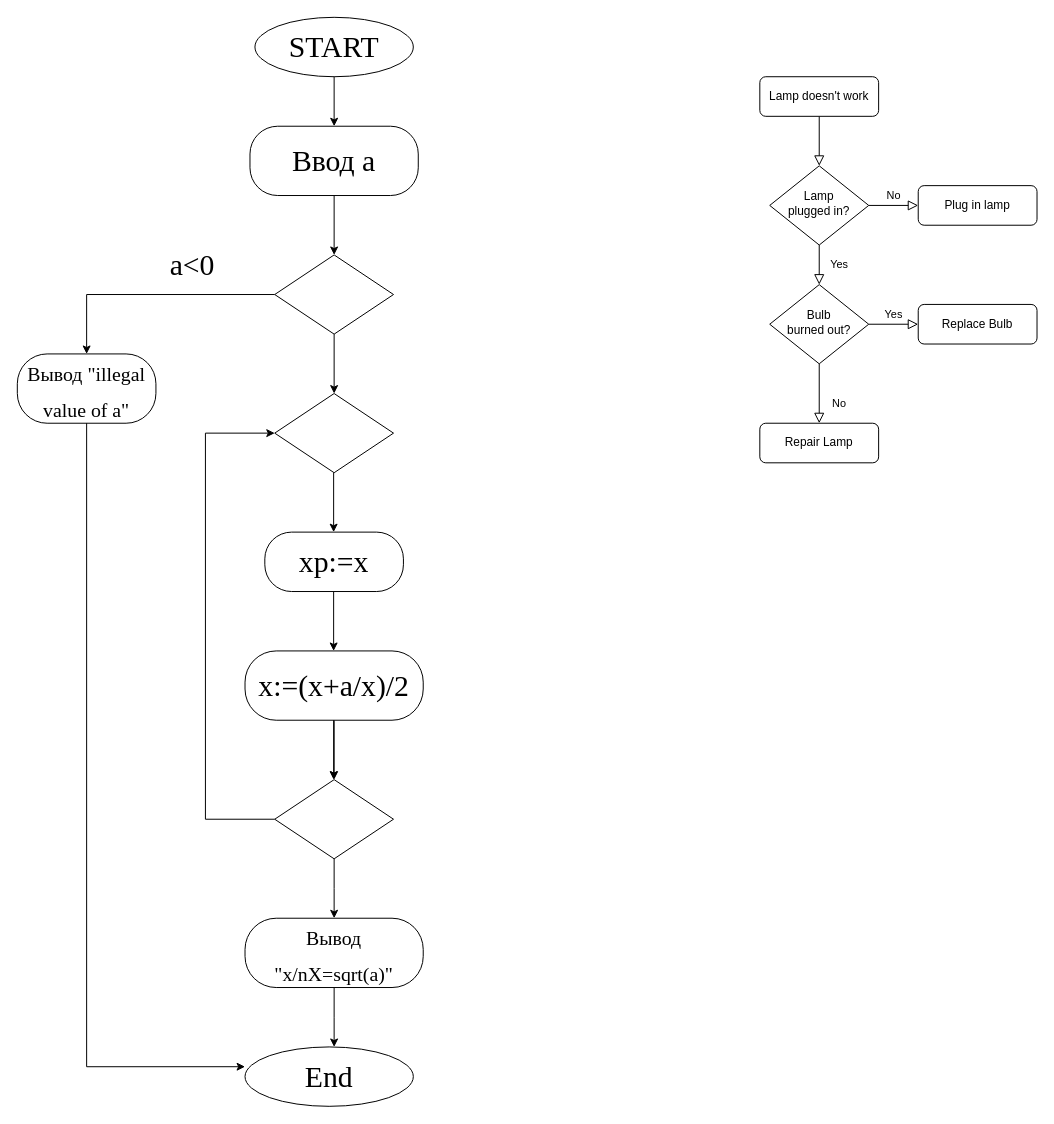
This is Primer4.drawio from dibovdmitry/Laba_4, a draw.io file, before an edit. Source tidied: cells renumbered, new cells numbered last; positions are measured from the earlier drawing's top-left corner, leaving out a move shared by most shapes. Both pictures are drawn from the tidied source at 99%, with x=0, y=0 at pixel (17, 17).
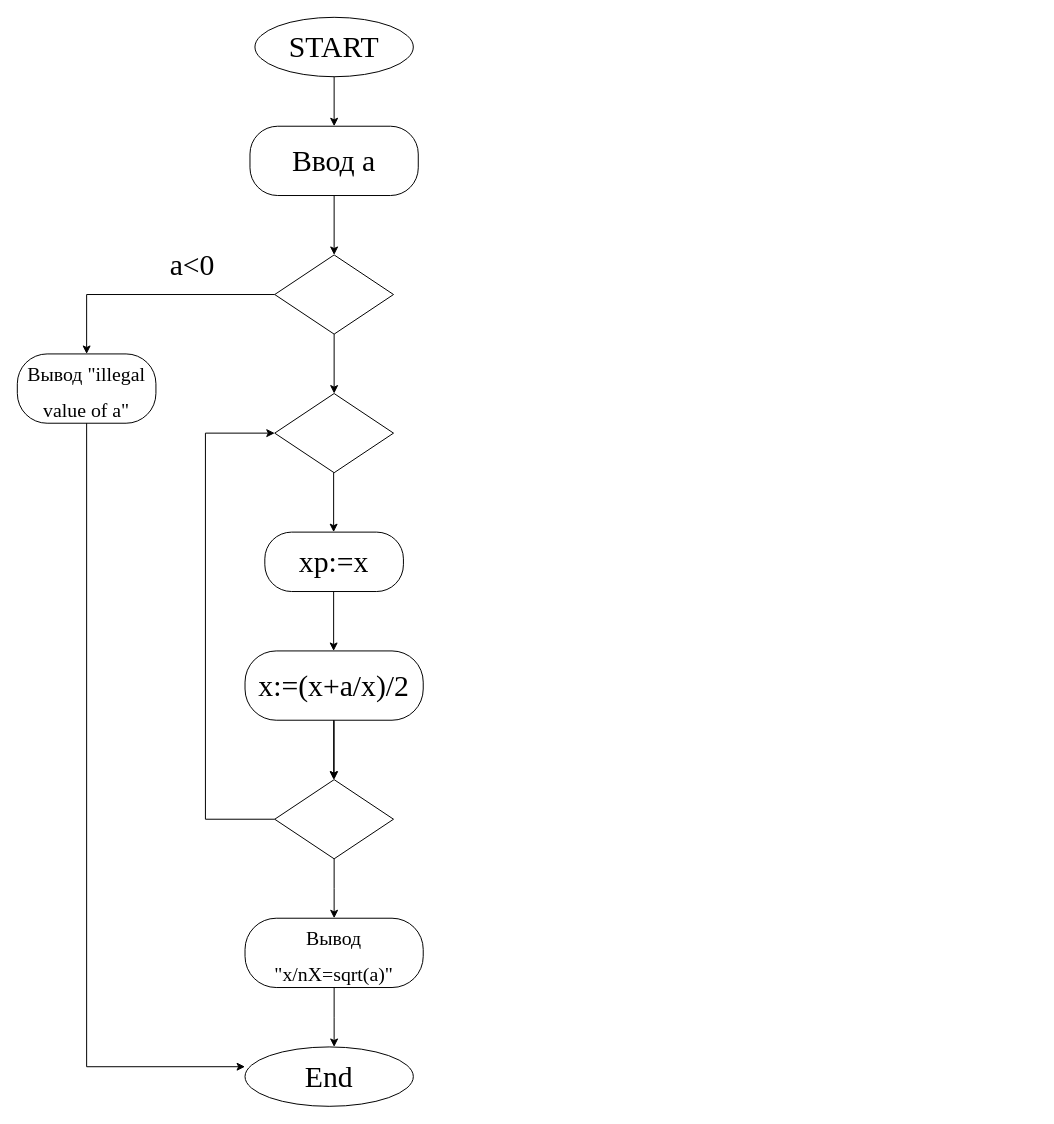
The same diagram, later.

Change to the diagram source:
```diff
@@
-    <mxCell id="2" style="rounded=0;html=1;jettySize=auto;fontSize=11;endArrow=block;endFill=0;endSize=8;strokeWidth=1;shadow=0;labelBackgroundColor=none;edgeStyle=orthogonalEdgeStyle;" parent="1" edge="1" source="3" target="6">
-      <mxGeometry relative="1" as="geometry" />
-    </mxCell>
-    <mxCell id="3" value="Lamp doesn't work" style="rounded=1;whiteSpace=wrap;html=1;fontSize=12;glass=0;strokeWidth=1;shadow=0;" parent="1" vertex="1">
-      <mxGeometry x="750" y="60" width="120" height="40" as="geometry" />
-    </mxCell>
-    <mxCell id="4" value="Yes" style="rounded=0;html=1;jettySize=auto;fontSize=11;endArrow=block;endFill=0;endSize=8;strokeWidth=1;shadow=0;labelBackgroundColor=none;edgeStyle=orthogonalEdgeStyle;" parent="1" edge="1" source="6" target="10">
-      <mxGeometry y="20" relative="1" as="geometry" />
-    </mxCell>
-    <mxCell id="5" value="No" style="edgeStyle=orthogonalEdgeStyle;rounded=0;html=1;jettySize=auto;fontSize=11;endArrow=block;endFill=0;endSize=8;strokeWidth=1;shadow=0;labelBackgroundColor=none;" parent="1" edge="1" source="6" target="7">
-      <mxGeometry y="10" relative="1" as="geometry" />
-    </mxCell>
-    <mxCell id="6" value="Lamp&lt;br&gt;plugged in?" style="rhombus;whiteSpace=wrap;html=1;shadow=0;fontFamily=Helvetica;fontSize=12;align=center;strokeWidth=1;spacing=6;spacingTop=-4;" parent="1" vertex="1">
-      <mxGeometry x="760" y="150" width="100" height="80" as="geometry" />
-    </mxCell>
-    <mxCell id="7" value="Plug in lamp" style="rounded=1;whiteSpace=wrap;html=1;fontSize=12;glass=0;strokeWidth=1;shadow=0;" parent="1" vertex="1">
-      <mxGeometry x="910" y="170" width="120" height="40" as="geometry" />
-    </mxCell>
-    <mxCell id="8" value="No" style="rounded=0;html=1;jettySize=auto;fontSize=11;endArrow=block;endFill=0;endSize=8;strokeWidth=1;shadow=0;labelBackgroundColor=none;edgeStyle=orthogonalEdgeStyle;" parent="1" edge="1" source="10" target="11">
-      <mxGeometry x="0.33" y="20" relative="1" as="geometry" />
-    </mxCell>
-    <mxCell id="9" value="Yes" style="edgeStyle=orthogonalEdgeStyle;rounded=0;html=1;jettySize=auto;fontSize=11;endArrow=block;endFill=0;endSize=8;strokeWidth=1;shadow=0;labelBackgroundColor=none;" parent="1" edge="1" source="10" target="12">
-      <mxGeometry y="10" relative="1" as="geometry" />
-    </mxCell>
-    <mxCell id="10" value="Bulb&lt;br&gt;burned out?" style="rhombus;whiteSpace=wrap;html=1;shadow=0;fontFamily=Helvetica;fontSize=12;align=center;strokeWidth=1;spacing=6;spacingTop=-4;" parent="1" vertex="1">
-      <mxGeometry x="760" y="270" width="100" height="80" as="geometry" />
-    </mxCell>
-    <mxCell id="11" value="Repair Lamp" style="rounded=1;whiteSpace=wrap;html=1;fontSize=12;glass=0;strokeWidth=1;shadow=0;" parent="1" vertex="1">
-      <mxGeometry x="750" y="410" width="120" height="40" as="geometry" />
-    </mxCell>
-    <mxCell id="12" value="Replace Bulb" style="rounded=1;whiteSpace=wrap;html=1;fontSize=12;glass=0;strokeWidth=1;shadow=0;" parent="1" vertex="1">
-      <mxGeometry x="910" y="290" width="120" height="40" as="geometry" />
-    </mxCell>
```
